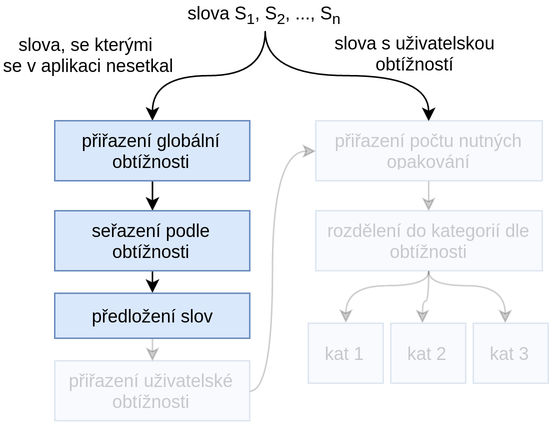
Above: img/words-gen-algorithm-3.png in daniel-madera/dp-presentation (draw.io), before the change. Source tidied: cells renumbered, new cells last; positions are measured from the earlier drawing's top-left corner, leaving out a move shared by most shapes.
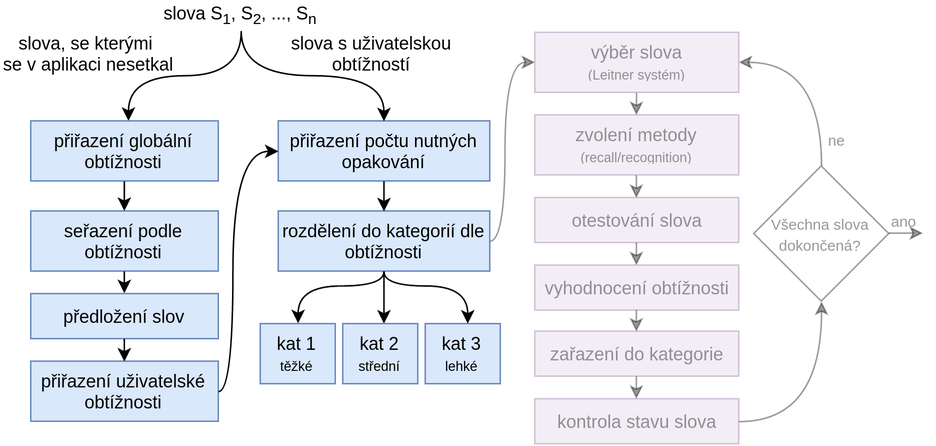
The same file after the commit.

Diff of the diagram source:
```diff
@@ -1,12 +1,18 @@
-<mxGraphModel background="#ffffff">
+<mxGraphModel>
   <root>
     <mxCell id="0" />
     <mxCell id="1" parent="0" />
+    <mxCell id="4" value="slova S&lt;sub&gt;1&lt;/sub&gt;, S&lt;sub&gt;2&lt;/sub&gt;, ..., S&lt;sub&gt;n&lt;/sub&gt;" style="text;html=1;strokeColor=none;fillColor=none;align=center;verticalAlign=middle;whiteSpace=wrap;" parent="1" vertex="1">
+      <mxGeometry x="101" width="150" height="20" as="geometry" />
+    </mxCell>
+    <mxCell id="5" value="přiřazení počtu nutných opakování" style="whiteSpace=wrap;html=1;align=center;fillColor=#dae8fc;strokeColor=#6c8ebf;" parent="1" vertex="1">
+      <mxGeometry x="201" y="80" width="141" height="40" as="geometry" />
+    </mxCell>
     <mxCell id="2" style="edgeStyle=orthogonalEdgeStyle;html=1;exitX=0.5;exitY=1;entryX=0.5;entryY=0;endArrow=classic;endFill=1;jettySize=auto;strokeColor=#000000;curved=1;" parent="1" edge="1" source="4" target="5">
       <mxGeometry relative="1" as="geometry">
         <Array as="points">
           <mxPoint x="176" y="50" />
-          <mxPoint x="285" y="50" />
+          <mxPoint x="272" y="50" />
         </Array>
       </mxGeometry>
     </mxCell>
@@ -18,90 +24,164 @@
         </Array>
       </mxGeometry>
     </mxCell>
-    <mxCell id="4" value="slova S&lt;sub&gt;1&lt;/sub&gt;, S&lt;sub&gt;2&lt;/sub&gt;, ..., S&lt;sub&gt;n&lt;/sub&gt;" style="text;html=1;strokeColor=none;fillColor=none;align=center;verticalAlign=middle;whiteSpace=wrap;" parent="1" vertex="1">
-      <mxGeometry x="101" width="150" height="20" as="geometry" />
-    </mxCell>
-    <mxCell id="5" value="přiřazení počtu nutných opakování" style="whiteSpace=wrap;html=1;align=center;fillColor=#dae8fc;strokeColor=#6c8ebf;opacity=20;textOpacity=20;" parent="1" vertex="1">
-      <mxGeometry x="210" y="80" width="151" height="40" as="geometry" />
-    </mxCell>
-    <mxCell id="6" style="edgeStyle=orthogonalEdgeStyle;curved=1;html=1;exitX=0.5;exitY=1;endArrow=classic;endFill=1;jettySize=auto;strokeColor=#000000;" parent="1" edge="1" source="7" target="10">
-      <mxGeometry relative="1" as="geometry" />
-    </mxCell>
     <mxCell id="7" value="přiřazení globální obtížnosti" style="whiteSpace=wrap;html=1;align=center;fillColor=#dae8fc;strokeColor=#6c8ebf;" parent="1" vertex="1">
-      <mxGeometry x="36" y="80" width="130" height="40" as="geometry" />
+      <mxGeometry x="36" y="80" width="125" height="40" as="geometry" />
     </mxCell>
     <mxCell id="8" value="&lt;div style=&quot;text-align: center&quot;&gt;&lt;span&gt;slova, se kterými&amp;nbsp;&lt;/span&gt;&lt;/div&gt;&lt;div style=&quot;text-align: center&quot;&gt;se v aplikaci nesetkal&lt;/div&gt;" style="text;html=1;" parent="1" vertex="1">
-      <mxGeometry y="16" width="120" height="40" as="geometry" />
+      <mxGeometry x="16" y="15" width="120" height="40" as="geometry" />
     </mxCell>
+    <mxCell id="10" value="seřazení podle obtížnosti" style="whiteSpace=wrap;html=1;align=center;fillColor=#dae8fc;strokeColor=#6c8ebf;" parent="1" vertex="1">
+      <mxGeometry x="36" y="140" width="125" height="40" as="geometry" />
+    </mxCell>
+    <mxCell id="6" style="edgeStyle=orthogonalEdgeStyle;curved=1;html=1;exitX=0.5;exitY=1;endArrow=classic;endFill=1;jettySize=auto;strokeColor=#000000;" parent="1" edge="1" source="7" target="10">
+      <mxGeometry relative="1" as="geometry" />
+    </mxCell>
+    <mxCell id="12" value="předložení slov" style="whiteSpace=wrap;html=1;align=center;fillColor=#dae8fc;strokeColor=#6c8ebf;" parent="1" vertex="1">
+      <mxGeometry x="36" y="195" width="125" height="30" as="geometry" />
+    </mxCell>
     <mxCell id="9" style="edgeStyle=orthogonalEdgeStyle;curved=1;html=1;exitX=0.5;exitY=1;entryX=0.5;entryY=0;endArrow=classic;endFill=1;jettySize=auto;strokeColor=#000000;" parent="1" edge="1" source="10" target="12">
       <mxGeometry relative="1" as="geometry" />
     </mxCell>
-    <mxCell id="10" value="seřazení podle obtížnosti" style="whiteSpace=wrap;html=1;align=center;fillColor=#dae8fc;strokeColor=#6c8ebf;" parent="1" vertex="1">
-      <mxGeometry x="36" y="140" width="130" height="40" as="geometry" />
-    </mxCell>
+    <mxCell id="14" value="přiřazení uživatelské obtížnosti" style="whiteSpace=wrap;html=1;align=center;fillColor=#dae8fc;strokeColor=#6c8ebf;" parent="1" vertex="1">
+      <mxGeometry x="36" y="240" width="125" height="40" as="geometry" />
+    </mxCell>
-    <mxCell id="11" style="edgeStyle=orthogonalEdgeStyle;curved=1;html=1;exitX=0.5;exitY=1;entryX=0.5;entryY=0;endArrow=classic;endFill=1;jettySize=auto;strokeColor=#000000;opacity=20;textOpacity=20;" parent="1" edge="1" source="12" target="14">
+    <mxCell id="11" style="edgeStyle=orthogonalEdgeStyle;curved=1;html=1;exitX=0.5;exitY=1;entryX=0.5;entryY=0;endArrow=classic;endFill=1;jettySize=auto;strokeColor=#000000;" parent="1" edge="1" source="12" target="14">
       <mxGeometry relative="1" as="geometry" />
     </mxCell>
-    <mxCell id="12" value="předložení slov" style="whiteSpace=wrap;html=1;align=center;fillColor=#dae8fc;strokeColor=#6c8ebf;" parent="1" vertex="1">
-      <mxGeometry x="36" y="195" width="130" height="30" as="geometry" />
-    </mxCell>
-    <mxCell id="13" style="edgeStyle=orthogonalEdgeStyle;curved=1;html=1;exitX=1;exitY=0.5;entryX=0;entryY=0.5;endArrow=classic;endFill=1;jettySize=auto;strokeColor=#000000;opacity=20;textOpacity=20;" parent="1" edge="1" source="14" target="5">
+    <mxCell id="13" style="edgeStyle=orthogonalEdgeStyle;curved=1;html=1;exitX=1;exitY=0.5;entryX=0;entryY=0.5;endArrow=classic;endFill=1;jettySize=auto;strokeColor=#000000;" parent="1" edge="1" source="14" target="5">
       <mxGeometry relative="1" as="geometry">
         <Array as="points">
-          <mxPoint x="181" y="260" />
-          <mxPoint x="181" y="100" />
+          <mxPoint x="171" y="260" />
+          <mxPoint x="171" y="100" />
         </Array>
       </mxGeometry>
     </mxCell>
-    <mxCell id="14" value="přiřazení uživatelské obtížnosti" style="whiteSpace=wrap;html=1;align=center;fillColor=#dae8fc;strokeColor=#6c8ebf;opacity=20;textOpacity=20;" parent="1" vertex="1">
-      <mxGeometry x="36" y="240" width="130" height="40" as="geometry" />
-    </mxCell>
     <mxCell id="15" value="&lt;div style=&quot;text-align: center&quot;&gt;slova s uživatelskou&lt;/div&gt;&lt;div style=&quot;text-align: center&quot;&gt;obtížností&lt;/div&gt;" style="text;html=1;" parent="1" vertex="1">
-      <mxGeometry x="221" y="15" width="120" height="40" as="geometry" />
+      <mxGeometry x="208" y="15" width="120" height="40" as="geometry" />
     </mxCell>
-    <mxCell id="16" style="edgeStyle=orthogonalEdgeStyle;curved=1;html=1;exitX=0.5;exitY=1;entryX=0;entryY=0.5;startSize=0;endArrow=classic;endFill=1;endSize=6;jettySize=auto;strokeColor=#000000;opacity=20;textOpacity=20;" parent="1" edge="1" source="19" target="21">
-      <mxGeometry relative="1" as="geometry">
-        <Array as="points">
-          <mxPoint x="285" y="190" />
-          <mxPoint x="230" y="190" />
-        </Array>
-      </mxGeometry>
-    </mxCell>
+    <mxCell id="24" style="edgeStyle=orthogonalEdgeStyle;curved=1;html=1;exitX=1;exitY=0.5;entryX=0;entryY=0.5;startSize=0;endArrow=classic;endFill=1;endSize=6;jettySize=auto;strokeColor=#000000;textOpacity=40;opacity=40;" parent="1" edge="1" source="19" target="33">
+      <mxGeometry relative="1" as="geometry">
+        <Array as="points">
+          <mxPoint x="352" y="160" />
+          <mxPoint x="352" y="41" />
+        </Array>
+      </mxGeometry>
+    </mxCell>
+    <mxCell id="19" value="rozdělení do kategorií dle obtížnosti" style="whiteSpace=wrap;html=1;align=center;fillColor=#dae8fc;strokeColor=#6c8ebf;" parent="1" vertex="1">
+      <mxGeometry x="201" y="140" width="141" height="40" as="geometry" />
+    </mxCell>
-    <mxCell id="17" style="edgeStyle=orthogonalEdgeStyle;curved=1;html=1;exitX=0.5;exitY=1;startSize=0;endArrow=classic;endFill=1;endSize=6;jettySize=auto;strokeColor=#000000;opacity=20;textOpacity=20;" parent="1" edge="1" source="19" target="23">
+    <mxCell id="17" style="edgeStyle=orthogonalEdgeStyle;curved=1;html=1;exitX=0.5;exitY=1;startSize=0;endArrow=classic;endFill=1;endSize=6;jettySize=auto;strokeColor=#000000;" parent="1" edge="1" source="19" target="23">
       <mxGeometry relative="1" as="geometry">
         <Array as="points">
-          <mxPoint x="285" y="200" />
-          <mxPoint x="281" y="200" />
+          <mxPoint x="272" y="190" />
+          <mxPoint x="272" y="190" />
         </Array>
       </mxGeometry>
     </mxCell>
-    <mxCell id="18" style="edgeStyle=orthogonalEdgeStyle;curved=1;html=1;exitX=0.5;exitY=1;startSize=0;endArrow=classic;endFill=1;endSize=6;jettySize=auto;strokeColor=#000000;opacity=20;textOpacity=20;" parent="1" edge="1" source="19" target="22">
-      <mxGeometry relative="1" as="geometry">
-        <Array as="points">
-          <mxPoint x="285" y="190" />
-          <mxPoint x="336" y="190" />
-        </Array>
-      </mxGeometry>
-    </mxCell>
-    <mxCell id="19" value="rozdělení do kategorií dle obtížnosti" style="whiteSpace=wrap;html=1;align=center;fillColor=#dae8fc;strokeColor=#6c8ebf;opacity=20;textOpacity=20;" parent="1" vertex="1">
-      <mxGeometry x="210" y="140" width="151" height="40" as="geometry" />
-    </mxCell>
-    <mxCell id="20" style="edgeStyle=orthogonalEdgeStyle;curved=1;html=1;exitX=0.5;exitY=1;endArrow=classic;endFill=1;jettySize=auto;strokeColor=#000000;entryX=0.5;entryY=0;opacity=20;textOpacity=20;" parent="1" edge="1" source="5" target="19">
-      <mxGeometry x="184.9" y="130.1" as="geometry">
+    <mxCell id="20" style="edgeStyle=orthogonalEdgeStyle;curved=1;html=1;exitX=0.5;exitY=1;endArrow=classic;endFill=1;jettySize=auto;strokeColor=#000000;entryX=0.5;entryY=0;" parent="1" edge="1" source="5" target="19">
+      <mxGeometry x="175.9" y="130.1" as="geometry">
         <Array as="points">
-          <mxPoint x="285" y="120" />
-          <mxPoint x="285" y="140" />
+          <mxPoint x="271" y="130" />
+          <mxPoint x="271" y="130" />
         </Array>
       </mxGeometry>
     </mxCell>
-    <mxCell id="21" value="kat 1" style="whiteSpace=wrap;html=1;strokeWidth=1;align=center;direction=south;fillColor=#dae8fc;strokeColor=#6c8ebf;opacity=20;textOpacity=20;" parent="1" vertex="1">
-      <mxGeometry x="205" y="215" width="50" height="40" as="geometry" />
+    <mxCell id="21" value="kat 1&lt;div&gt;&lt;font style=&quot;font-size: 9px&quot;&gt;těžké&lt;/font&gt;&lt;/div&gt;" style="whiteSpace=wrap;html=1;strokeWidth=1;align=center;direction=south;fillColor=#dae8fc;strokeColor=#6c8ebf;" parent="1" vertex="1">
+      <mxGeometry x="189" y="215" width="50" height="40" as="geometry" />
     </mxCell>
+    <mxCell id="16" style="edgeStyle=orthogonalEdgeStyle;curved=1;html=1;exitX=0.5;exitY=1;entryX=0;entryY=0.5;startSize=0;endArrow=classic;endFill=1;endSize=6;jettySize=auto;strokeColor=#000000;" parent="1" edge="1" source="19" target="21">
+      <mxGeometry relative="1" as="geometry">
+        <Array as="points">
+          <mxPoint x="271" y="190" />
+          <mxPoint x="214" y="190" />
+        </Array>
+      </mxGeometry>
+    </mxCell>
-    <mxCell id="22" value="kat 3" style="whiteSpace=wrap;html=1;strokeWidth=1;align=center;direction=south;fillColor=#dae8fc;strokeColor=#6c8ebf;opacity=20;textOpacity=20;" parent="1" vertex="1">
-      <mxGeometry x="315" y="215" width="50" height="40" as="geometry" />
+    <mxCell id="22" value="kat 3&lt;div&gt;&lt;font style=&quot;font-size: 9px&quot;&gt;lehké&lt;/font&gt;&lt;/div&gt;" style="whiteSpace=wrap;html=1;strokeWidth=1;align=center;direction=south;fillColor=#dae8fc;strokeColor=#6c8ebf;" parent="1" vertex="1">
+      <mxGeometry x="299" y="215" width="50" height="40" as="geometry" />
     </mxCell>
-    <mxCell id="23" value="kat 2" style="whiteSpace=wrap;html=1;strokeWidth=1;align=center;direction=south;fillColor=#dae8fc;strokeColor=#6c8ebf;opacity=20;textOpacity=20;" parent="1" vertex="1">
-      <mxGeometry x="260" y="215" width="50" height="40" as="geometry" />
+    <mxCell id="23" value="kat 2&lt;div&gt;&lt;font style=&quot;font-size: 9px&quot;&gt;střední&lt;/font&gt;&lt;/div&gt;" style="whiteSpace=wrap;html=1;strokeWidth=1;align=center;direction=south;fillColor=#dae8fc;strokeColor=#6c8ebf;" parent="1" vertex="1">
+      <mxGeometry x="244" y="215" width="50" height="40" as="geometry" />
     </mxCell>
+    <mxCell id="18" style="edgeStyle=orthogonalEdgeStyle;curved=1;html=1;exitX=0.5;exitY=1;startSize=0;endArrow=classic;endFill=1;endSize=6;jettySize=auto;strokeColor=#000000;" parent="1" edge="1" source="19" target="22">
+      <mxGeometry relative="1" as="geometry">
+        <Array as="points">
+          <mxPoint x="271" y="190" />
+          <mxPoint x="327" y="190" />
+        </Array>
+      </mxGeometry>
+    </mxCell>
+    <mxCell id="25" style="edgeStyle=orthogonalEdgeStyle;curved=1;html=1;exitX=0.5;exitY=1;entryX=0.5;entryY=0;startSize=0;endArrow=classic;endFill=1;endSize=6;jettySize=auto;strokeColor=#000000;textOpacity=40;opacity=40;" parent="1" edge="1" source="26" target="31">
+      <mxGeometry relative="1" as="geometry" />
+    </mxCell>
+    <mxCell id="26" value="otestování slova" style="whiteSpace=wrap;html=1;align=center;fillColor=#e1d5e7;strokeColor=#9673a6;textOpacity=40;opacity=40;" parent="1" vertex="1">
+      <mxGeometry x="372" y="131" width="136" height="30" as="geometry" />
+    </mxCell>
+    <mxCell id="27" style="edgeStyle=orthogonalEdgeStyle;curved=1;html=1;exitX=0.5;exitY=1;startSize=0;endArrow=classic;endFill=1;endSize=6;jettySize=auto;strokeColor=#000000;entryX=0.5;entryY=0;textOpacity=40;opacity=40;" parent="1" edge="1" source="28" target="26">
+      <mxGeometry relative="1" as="geometry" />
+    </mxCell>
+    <mxCell id="28" value="zvolení metody &lt;font style=&quot;font-size: 9px&quot;&gt;(recall/recognition)&lt;/font&gt;" style="whiteSpace=wrap;html=1;align=center;fillColor=#e1d5e7;strokeColor=#9673a6;textOpacity=40;opacity=40;" parent="1" vertex="1">
+      <mxGeometry x="372" y="76" width="136" height="40" as="geometry" />
+    </mxCell>
+    <mxCell id="29" style="edgeStyle=orthogonalEdgeStyle;curved=1;html=1;startSize=0;endArrow=classic;endFill=1;endSize=6;jettySize=auto;strokeColor=#000000;exitX=1;exitY=0.5;entryX=0.5;entryY=1;textOpacity=40;opacity=40;" parent="1" edge="1" source="39" target="38">
+      <mxGeometry relative="1" as="geometry">
+        <Array as="points">
+          <mxPoint x="563" y="280" />
+        </Array>
+      </mxGeometry>
+    </mxCell>
+    <mxCell id="30" style="edgeStyle=orthogonalEdgeStyle;curved=1;html=1;exitX=0.5;exitY=1;entryX=0.5;entryY=0;startSize=0;endArrow=classic;endFill=1;endSize=6;jettySize=auto;strokeColor=#000000;textOpacity=40;opacity=40;" parent="1" edge="1" source="31" target="41">
+      <mxGeometry relative="1" as="geometry" />
+    </mxCell>
+    <mxCell id="31" value="vyhodnocení obtížnosti" style="whiteSpace=wrap;html=1;align=center;fillColor=#e1d5e7;strokeColor=#9673a6;textOpacity=40;opacity=40;" parent="1" vertex="1">
+      <mxGeometry x="372" y="176" width="136" height="30" as="geometry" />
+    </mxCell>
+    <mxCell id="32" style="edgeStyle=orthogonalEdgeStyle;curved=1;html=1;exitX=0.5;exitY=1;entryX=0.5;entryY=0;startSize=0;endArrow=classic;endFill=1;endSize=6;jettySize=auto;strokeColor=#000000;textOpacity=40;opacity=40;" parent="1" edge="1" target="28">
+      <mxGeometry relative="1" as="geometry">
+        <mxPoint x="439.9" y="61.3" as="sourcePoint" />
+      </mxGeometry>
+    </mxCell>
+    <mxCell id="33" value="výběr slova&lt;div&gt;&lt;font style=&quot;font-size: 9px&quot;&gt;(Leitner systém)&lt;/font&gt;&lt;/div&gt;" style="whiteSpace=wrap;html=1;align=center;fillColor=#e1d5e7;strokeColor=#9673a6;textOpacity=40;opacity=40;" parent="1" vertex="1">
+      <mxGeometry x="372" y="21" width="136" height="40" as="geometry" />
+    </mxCell>
+    <mxCell id="34" style="edgeStyle=orthogonalEdgeStyle;curved=1;html=1;exitX=0.5;exitY=0;entryX=1;entryY=0.5;startSize=0;endArrow=classic;endFill=1;endSize=6;jettySize=auto;strokeColor=#000000;textOpacity=40;opacity=40;" parent="1" edge="1" source="38">
+      <mxGeometry relative="1" as="geometry">
+        <mxPoint x="507.9" y="41.3" as="targetPoint" />
+        <Array as="points">
+          <mxPoint x="563" y="41" />
+        </Array>
+      </mxGeometry>
+    </mxCell>
+    <mxCell id="35" value="ne" style="text;html=1;align=center;verticalAlign=middle;labelBackgroundColor=none;fontSize=10;textOpacity=40;" parent="34" vertex="1">
+      <mxGeometry x="-0.39" y="12" relative="1" as="geometry">
+        <mxPoint x="22" y="20" as="offset" />
+      </mxGeometry>
+    </mxCell>
+    <mxCell id="36" style="edgeStyle=orthogonalEdgeStyle;rounded=1;html=1;startSize=0;endArrow=classic;endFill=1;endSize=6;jettySize=auto;strokeColor=#000000;exitX=1;exitY=0.5;textOpacity=40;opacity=40;" parent="1" edge="1" source="38">
+      <mxGeometry relative="1" as="geometry">
+        <mxPoint x="631" y="155" as="targetPoint" />
+        <Array as="points">
+          <mxPoint x="621" y="155" />
+          <mxPoint x="621" y="155" />
+        </Array>
+      </mxGeometry>
+    </mxCell>
+    <mxCell id="37" value="ano" style="text;html=1;align=center;verticalAlign=middle;labelBackgroundColor=none;spacing=2;spacingTop=0;spacingLeft=0;fontSize=10;textOpacity=40;" parent="36" vertex="1">
+      <mxGeometry x="-0.31" y="2" relative="1" as="geometry">
+        <mxPoint x="2" y="-7" as="offset" />
+      </mxGeometry>
+    </mxCell>
+    <mxCell id="38" value="&lt;font style=&quot;font-size: 10px&quot;&gt;Všechna slova dokončená?&lt;/font&gt;" style="rhombus;whiteSpace=wrap;html=1;textOpacity=40;opacity=40;" parent="1" vertex="1">
+      <mxGeometry x="518" y="110" width="90" height="90" as="geometry" />
+    </mxCell>
+    <mxCell id="39" value="kontrola stavu slova" style="whiteSpace=wrap;html=1;align=center;fillColor=#e1d5e7;strokeColor=#9673a6;textOpacity=40;opacity=40;" parent="1" vertex="1">
+      <mxGeometry x="372" y="265" width="136" height="30" as="geometry" />
+    </mxCell>
+    <mxCell id="40" style="edgeStyle=orthogonalEdgeStyle;curved=1;html=1;exitX=0.5;exitY=1;entryX=0.5;entryY=0;startSize=0;endArrow=classic;endFill=1;endSize=6;jettySize=auto;strokeColor=#000000;textOpacity=40;opacity=40;" parent="1" edge="1" source="41" target="39">
+      <mxGeometry relative="1" as="geometry" />
+    </mxCell>
+    <mxCell id="41" value="zařazení do kategorie" style="whiteSpace=wrap;html=1;align=center;fillColor=#e1d5e7;strokeColor=#9673a6;textOpacity=40;opacity=40;" parent="1" vertex="1">
+      <mxGeometry x="372" y="220" width="136" height="30" as="geometry" />
+    </mxCell>
   </root>
 </mxGraphModel>
```
